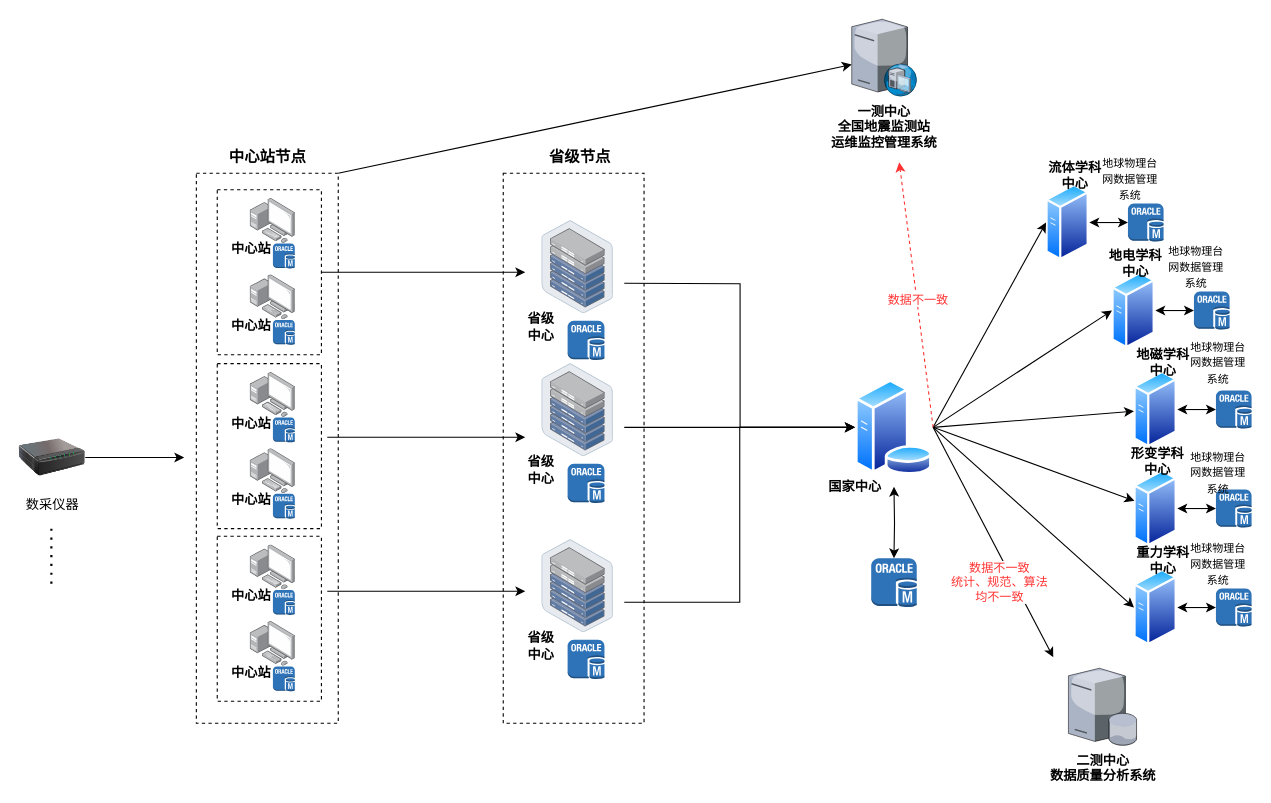
raingnight/Blog_Pic keeps this draw.io diagram as page "第 6 页" (6 of 7) of drawio/eq_network.drawio. Above is the earlier version. Source tidied: cells renumbered, new cells numbered last; positions are measured from the earlier drawing's top-left corner, leaving out a move shared by most shapes. Both pictures are drawn from the tidied source at 110%, with x=0, y=0 at pixel (19, 19).
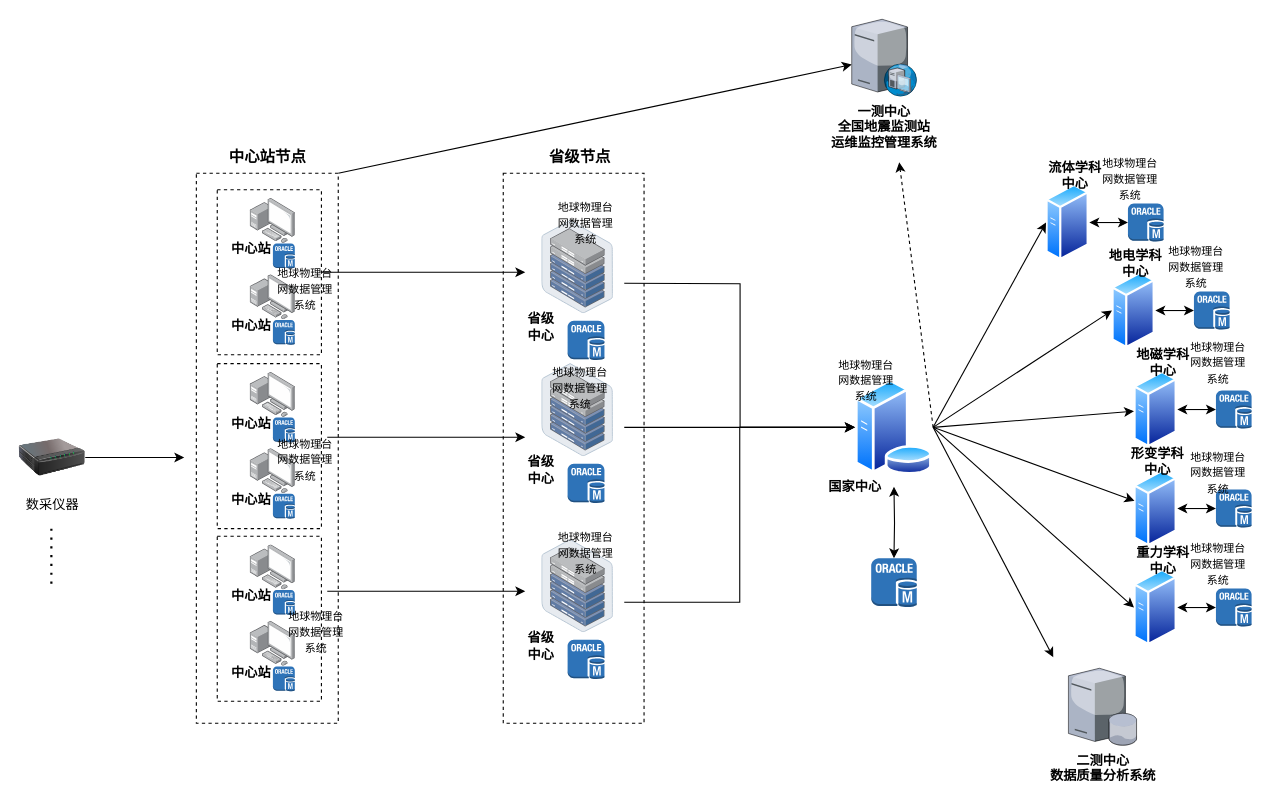
The same page after the edit.

The change refers to these unchanged cells:
```xml
<mxCell id="45" style="image;perimeter=ellipsePerimeter;html=1;align=center;shadow=0;dashed=0;spacingTop=3;image=img/lib/active_directory/database_server.svg;" parent="1" vertex="1">
  <mxGeometry x="759.5" y="327.5" width="71.3" height="87" as="geometry" />
</mxCell>
<mxCell id="50" style="endArrow=classic;html=1;rounded=0;exitX=1;exitY=0.5;exitDx=0;exitDy=0;" parent="1" edge="1" source="45">
  <mxGeometry relative="1" as="geometry">
    <mxPoint x="940" y="580" as="targetPoint" />
  </mxGeometry>
</mxCell>
<mxCell id="60" style="group;" parent="1" vertex="1">
  <mxGeometry x="450" y="313.1" width="90.2" height="126.9" as="geometry" />
</mxCell>
```

The edit, as a diff of the source:
```diff
@@
-    <mxCell id="48" style="endArrow=classic;html=1;rounded=0;dashed=1;strokeColor=#FF3333;exitX=1;exitY=0.5;exitDx=0;exitDy=0;" parent="1" edge="1" source="45">
+    <mxCell id="48" style="endArrow=classic;html=1;rounded=0;strokeColor=#000000;exitX=1;exitY=0.5;exitDx=0;exitDy=0;dashed=1;" parent="1" edge="1" source="45">
       <mxGeometry relative="1" as="geometry">
         <mxPoint x="800" y="130" as="targetPoint" />
       </mxGeometry>
     </mxCell>
-    <mxCell id="49" value="&lt;font color=&quot;#ff3333&quot;&gt;数据不一致&lt;/font&gt;" style="edgeLabel;html=1;align=center;verticalAlign=middle;" parent="48" vertex="1">
-      <mxGeometry x="-0.04" y="-1" relative="1" as="geometry" />
-    </mxCell>
@@
-    <mxCell id="51" value="&lt;font color=&quot;#ff3333&quot;&gt;数据不一致&lt;br&gt;统计、规范、算法&lt;br&gt;均不一致&lt;/font&gt;" style="edgeLabel;html=1;align=center;verticalAlign=middle;" parent="50" vertex="1">
-      <mxGeometry x="0.02" y="-2" relative="1" as="geometry">
-        <mxPoint x="6" y="33" as="offset" />
-      </mxGeometry>
-    </mxCell>
     <mxCell id="52" style="group;" parent="1" vertex="1">
-      <mxGeometry x="450" y="183.1" width="90.2" height="126.9" as="geometry" />
+      <mxGeometry x="450" y="183.1" width="95.3" height="126.9" as="geometry" />
     </mxCell>
@@
+    <mxCell id="103" value="&lt;font style=&quot;font-size: 10px;&quot;&gt;地球物理台网数据管理系统&lt;/font&gt;" style="text;html=1;strokeColor=none;fillColor=none;align=center;verticalAlign=middle;whiteSpace=wrap;rounded=0;" parent="52" vertex="1">
+      <mxGeometry x="35.3" y="-13.1" width="60" height="30" as="geometry" />
+    </mxCell>
     <mxCell id="56" style="group;" parent="1" vertex="1">
-      <mxGeometry x="450" y="473.1" width="90.2" height="126.9" as="geometry" />
+      <mxGeometry x="450" y="473.1" width="95.3" height="126.9" as="geometry" />
     </mxCell>
@@
+    <mxCell id="104" value="&lt;font style=&quot;font-size: 10px;&quot;&gt;地球物理台网数据管理系统&lt;/font&gt;" style="text;html=1;strokeColor=none;fillColor=none;align=center;verticalAlign=middle;whiteSpace=wrap;rounded=0;" parent="56" vertex="1">
+      <mxGeometry x="35.3" y="-3.1" width="60" height="30" as="geometry" />
+    </mxCell>
@@
+    <mxCell id="105" value="&lt;font style=&quot;font-size: 10px;&quot;&gt;地球物理台网数据管理系统&lt;/font&gt;" style="text;html=1;strokeColor=none;fillColor=none;align=center;verticalAlign=middle;whiteSpace=wrap;rounded=0;" parent="60" vertex="1">
+      <mxGeometry x="30.2" y="6.9" width="60" height="30" as="geometry" />
+    </mxCell>
@@
     <mxCell id="69" style="group;" parent="1" vertex="1">
-      <mxGeometry x="180" y="155" width="94.7" height="150" as="geometry" />
+      <mxGeometry x="180" y="155" width="110" height="150" as="geometry" />
     </mxCell>
@@
+    <mxCell id="106" value="&lt;font style=&quot;font-size: 10px;&quot;&gt;地球物理台网数据管理系统&lt;/font&gt;" style="text;html=1;strokeColor=none;fillColor=none;align=center;verticalAlign=middle;whiteSpace=wrap;rounded=0;" parent="69" vertex="1">
+      <mxGeometry x="50" y="75" width="60" height="30" as="geometry" />
+    </mxCell>
     <mxCell id="79" style="group;" parent="1" vertex="1">
-      <mxGeometry x="180" y="313.1" width="94.7" height="150" as="geometry" />
+      <mxGeometry x="180" y="313.1" width="110" height="150" as="geometry" />
     </mxCell>
@@
+    <mxCell id="107" value="&lt;font style=&quot;font-size: 10px;&quot;&gt;地球物理台网数据管理系统&lt;/font&gt;" style="text;html=1;strokeColor=none;fillColor=none;align=center;verticalAlign=middle;whiteSpace=wrap;rounded=0;" parent="79" vertex="1">
+      <mxGeometry x="50" y="71.6" width="60" height="30" as="geometry" />
+    </mxCell>
@@
     <mxCell id="90" style="group;" parent="1" vertex="1">
-      <mxGeometry x="180" y="470" width="94.7" height="150" as="geometry" />
+      <mxGeometry x="180" y="470" width="120" height="150" as="geometry" />
     </mxCell>
@@
+    <mxCell id="108" value="&lt;font style=&quot;font-size: 10px;&quot;&gt;地球物理台网数据管理系统&lt;/font&gt;" style="text;html=1;strokeColor=none;fillColor=none;align=center;verticalAlign=middle;whiteSpace=wrap;rounded=0;" parent="90" vertex="1">
+      <mxGeometry x="60" y="71.6" width="60" height="30" as="geometry" />
+    </mxCell>
@@
+    <mxCell id="109" value="&lt;font style=&quot;font-size: 10px;&quot;&gt;地球物理台网数据管理系统&lt;/font&gt;" style="text;html=1;strokeColor=none;fillColor=none;align=center;verticalAlign=middle;whiteSpace=wrap;rounded=0;" parent="1" vertex="1">
+      <mxGeometry x="740" y="313.1" width="60" height="30" as="geometry" />
+    </mxCell>
```
